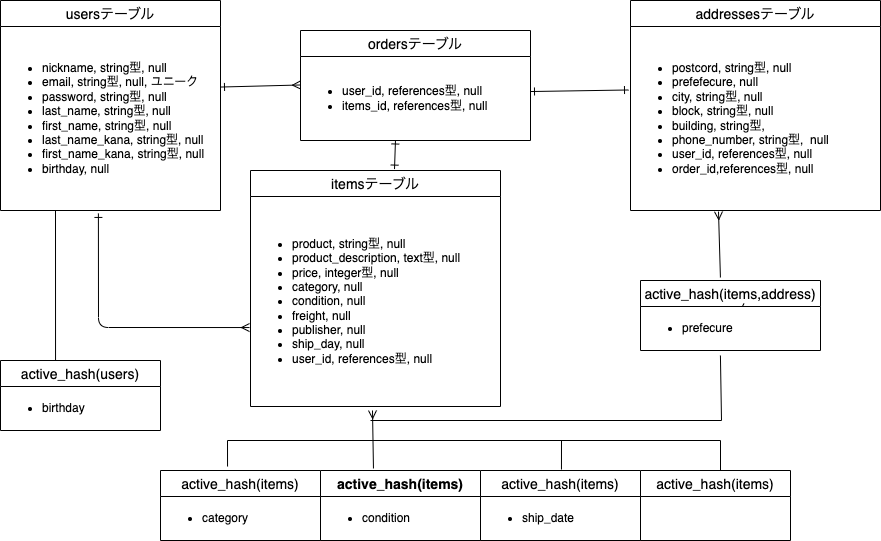
This is .drawio.png from naetarou/furima-38194, a draw.io export, as it was before one commit. Source tidied: cells renumbered, new cells last; positions are measured from the earlier drawing's top-left corner, leaving out a move shared by most shapes.
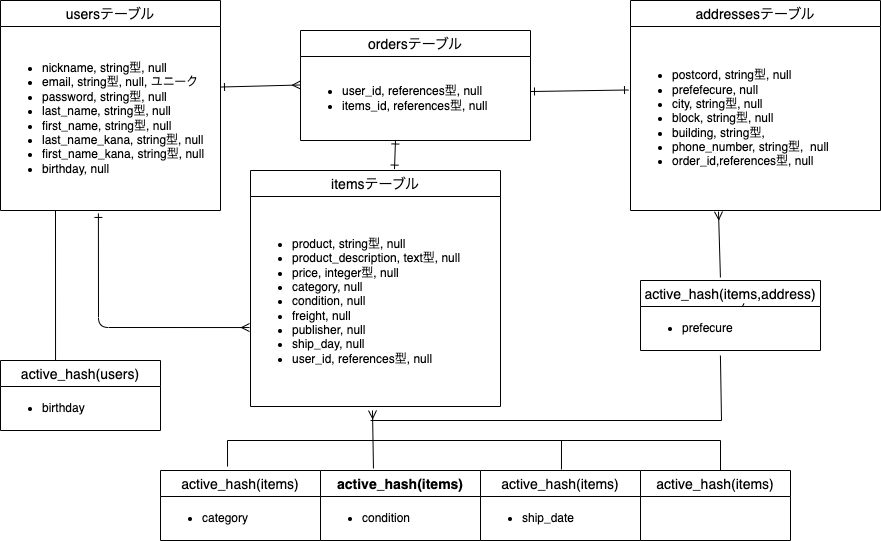
After the change.

What changed in the source:
```diff
@@ -102,7 +102,7 @@
     <mxCell id="29" value="addressesテーブル" style="swimlane;fontStyle=0;horizontal=1;startSize=26;align=center;fontSize=14;" parent="1" vertex="1">
       <mxGeometry x="630" width="250" height="210" as="geometry" />
     </mxCell>
-    <mxCell id="30" value="&lt;ul&gt;&lt;li&gt;postcord, string型,&amp;nbsp;null&lt;/li&gt;&lt;li&gt;prefefecure, null&lt;/li&gt;&lt;li&gt;city, string型,&amp;nbsp;null&lt;/li&gt;&lt;li&gt;block, string型,&amp;nbsp;null&lt;/li&gt;&lt;li&gt;building, string型,&lt;/li&gt;&lt;li&gt;phone_number, string型,&amp;nbsp;&amp;nbsp;null&lt;/li&gt;&lt;li&gt;user_id,&amp;nbsp;references型,&amp;nbsp;null&lt;/li&gt;&lt;li&gt;order_id,references型, null&lt;/li&gt;&lt;/ul&gt;" style="text;strokeColor=none;fillColor=none;html=1;whiteSpace=wrap;verticalAlign=middle;overflow=hidden;" parent="29" vertex="1">
+    <mxCell id="30" value="&lt;ul&gt;&lt;li&gt;postcord, string型,&amp;nbsp;null&lt;/li&gt;&lt;li&gt;prefefecure, null&lt;/li&gt;&lt;li&gt;city, string型,&amp;nbsp;null&lt;/li&gt;&lt;li&gt;block, string型,&amp;nbsp;null&lt;/li&gt;&lt;li&gt;building, string型,&lt;/li&gt;&lt;li&gt;phone_number, string型,&amp;nbsp;&amp;nbsp;null&lt;/li&gt;&lt;li&gt;order_id,references型, null&lt;/li&gt;&lt;/ul&gt;" style="text;strokeColor=none;fillColor=none;html=1;whiteSpace=wrap;verticalAlign=middle;overflow=hidden;" parent="29" vertex="1">
       <mxGeometry y="26" width="250" height="184" as="geometry" />
     </mxCell>
     <mxCell id="31" style="endArrow=ERone;html=1;rounded=0;startArrow=ERone;startFill=0;endFill=0;entryX=-0.008;entryY=0.345;entryDx=0;entryDy=0;entryPerimeter=0;exitX=1;exitY=0.417;exitDx=0;exitDy=0;exitPerimeter=0;" parent="1" edge="1" source="7" target="30">
```
